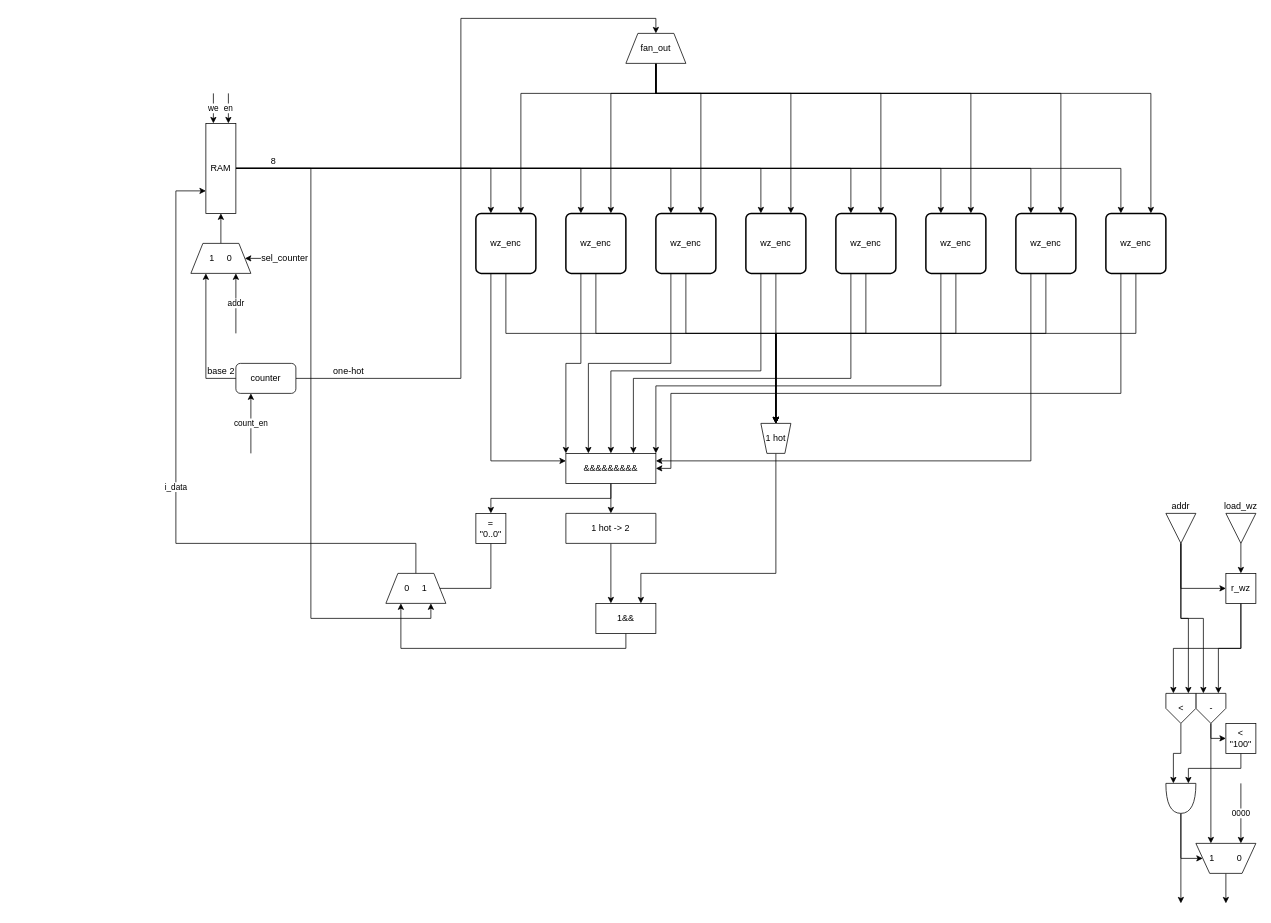
Earlier version of the draw.io diagram page "Page-1" (1 of 2) of schema.drawio (imDema/progetto_reti_logiche). Source tidied: cells renumbered, new cells numbered last; positions are measured from the earlier drawing's top-left corner, leaving out a move shared by most shapes. Both pictures are drawn from the tidied source at 75%, with x=0, y=0 at pixel (176, 33).
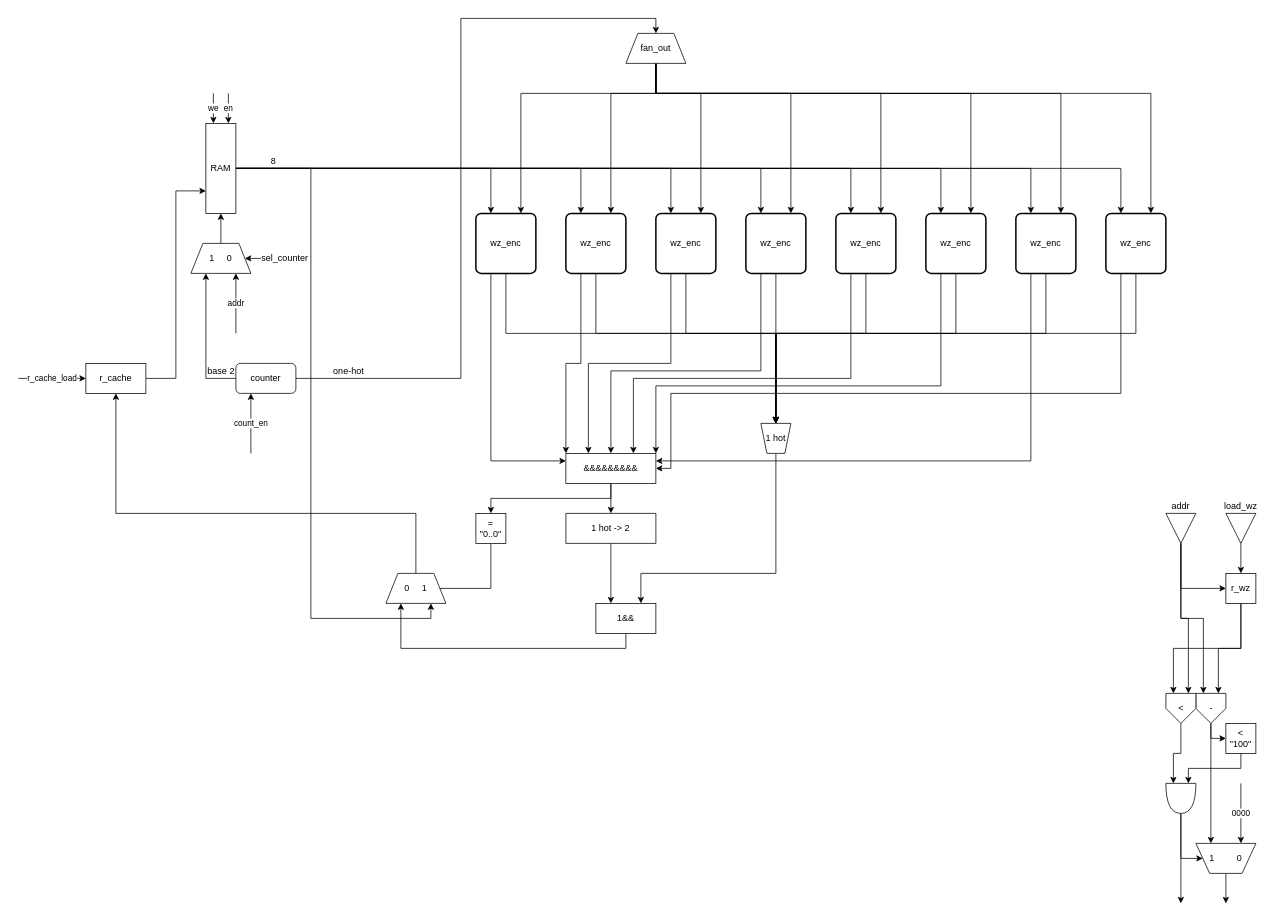
The same diagram, later.

Commit message (it also covers changes not shown here):
Add data out cache register Generate inner wz components Reduce wz bits

The change refers to these unchanged cells:
```xml
<mxCell id="11" value="RAM" style="rounded=0;whiteSpace=wrap;html=1;" parent="1" vertex="1">
  <mxGeometry x="40" y="120" width="40" height="120" as="geometry" />
</mxCell>
<mxCell id="68" value="0&amp;nbsp; &amp;nbsp; &amp;nbsp;1" style="shape=trapezoid;perimeter=trapezoidPerimeter;whiteSpace=wrap;html=1;direction=east;" parent="1" vertex="1">
  <mxGeometry x="280" y="720" width="80" height="40" as="geometry" />
</mxCell>
```

Change to the diagram source:
```diff
@@
-    <mxCell id="67" value="i_data" style="edgeStyle=orthogonalEdgeStyle;rounded=0;jettySize=auto;html=1;entryX=0;entryY=0.75;entryDx=0;entryDy=0;" parent="1" edge="1" source="68" target="11">
-      <mxGeometry relative="1" as="geometry">
-        <Array as="points">
-          <mxPoint x="320" y="680" />
-          <mxPoint y="680" />
-          <mxPoint y="210" />
-        </Array>
-      </mxGeometry>
-    </mxCell>
+    <mxCell id="94" style="edgeStyle=orthogonalEdgeStyle;rounded=0;jettySize=auto;html=1;entryX=0.5;entryY=1;entryDx=0;entryDy=0;" parent="1" edge="1" source="68" target="96">
+      <mxGeometry relative="1" as="geometry">
+        <Array as="points">
+          <mxPoint x="320" y="640" />
+          <mxPoint x="-80" y="640" />
+        </Array>
+      </mxGeometry>
+    </mxCell>
@@
+    <mxCell id="95" style="edgeStyle=orthogonalEdgeStyle;rounded=0;jettySize=auto;html=1;entryX=0;entryY=0.75;entryDx=0;entryDy=0;" parent="1" edge="1" source="96" target="11">
+      <mxGeometry relative="1" as="geometry" />
+    </mxCell>
+    <mxCell id="96" value="r_cache" style="rounded=0;whiteSpace=wrap;html=1;" parent="1" vertex="1">
+      <mxGeometry x="-120" y="440" width="80" height="40" as="geometry" />
+    </mxCell>
+    <mxCell id="97" value="r_cache_load" style="endArrow=classic;html=1;entryX=0;entryY=0.5;entryDx=0;entryDy=0;" parent="1" edge="1" target="96">
+      <mxGeometry relative="1" as="geometry">
+        <mxPoint x="-210" y="460" as="sourcePoint" />
+      </mxGeometry>
+    </mxCell>
```
